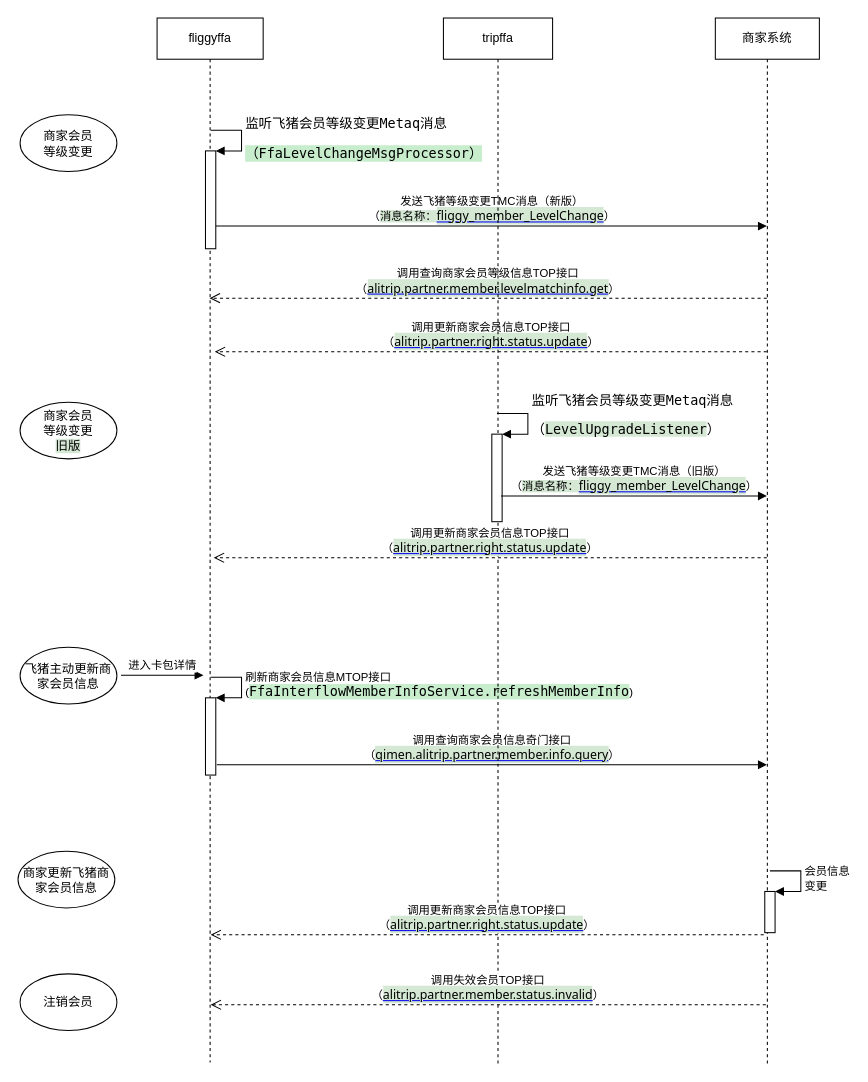
Earlier version of the draw.io diagram page "商家会员信息变更流程" (4 of 7) of 会员接口时序.drawio (renqiuming/drawio). Source tidied: cells renumbered, new cells numbered last; positions are measured from the earlier drawing's top-left corner, leaving out a move shared by most shapes. Both pictures are drawn from the tidied source at 103%, with x=0, y=0 at pixel (18, 18).
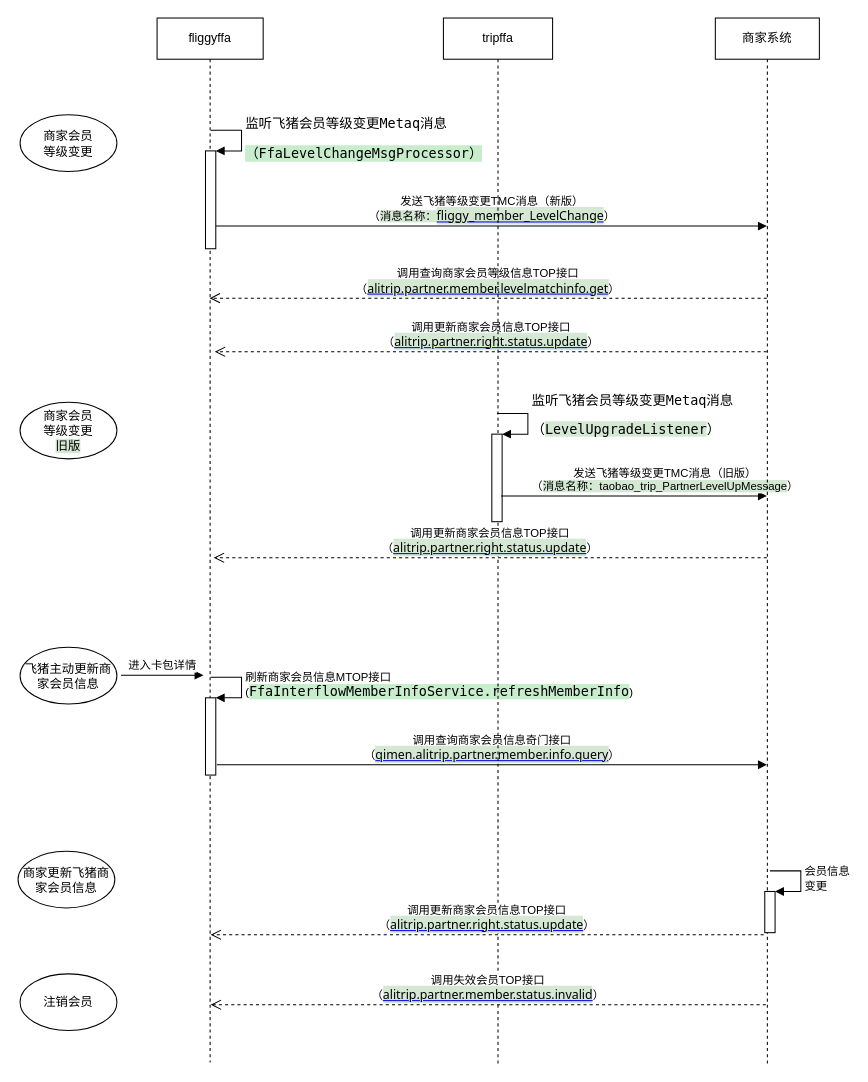
Above is the later version.

Unchanged cells that the change refers to:
```xml
<mxCell id="11" value="tripffa" style="shape=umlLifeline;perimeter=lifelinePerimeter;whiteSpace=wrap;html=1;" parent="1" vertex="1">
  <mxGeometry x="413" width="106" height="1015" as="geometry" />
</mxCell>
<mxCell id="15" value="商家系统" style="shape=umlLifeline;perimeter=lifelinePerimeter;whiteSpace=wrap;html=1;outlineConnect=0;" parent="1" vertex="1">
  <mxGeometry x="677" width="101" height="1015" as="geometry" />
</mxCell>
```

What changed in the source:
```diff
@@
-    <mxCell id="14" value="发送飞猪等级变更TMC消息（旧版）&lt;br&gt;（&lt;span style=&quot;background-color: rgb(213 , 232 , 212)&quot;&gt;消息名称：&lt;/span&gt;&lt;a href=&quot;http://api.alibaba-inc.com/api/msg/preview?apiId=2534&amp;amp;lmkey=msgMenu-msgList&quot; target=&quot;_blank&quot; class=&quot;ng-binding&quot; style=&quot;font-size: 12px ; font-family: &amp;#34;tahoma&amp;#34; , &amp;#34;microsoft yahei&amp;#34; , &amp;#34;simsun&amp;#34; , sans-serif ; text-align: left ; background-color: rgb(213 , 232 , 212)&quot;&gt;&lt;font color=&quot;#000000&quot;&gt;fliggy_member_LevelChange&lt;/font&gt;&lt;/a&gt;）" style="html=1;verticalAlign=bottom;endArrow=block;" parent="11" edge="1" target="15">
-      <mxGeometry relative="1" as="geometry">
+    <mxCell id="14" value="发送飞猪等级变更TMC消息（旧版）&lt;br&gt;（&lt;span style=&quot;background-color: rgb(213 , 232 , 212)&quot;&gt;消息名称：taobao_trip_PartnerLevelUpMessage&lt;/span&gt;）" style="html=1;verticalAlign=bottom;endArrow=block;" parent="11" edge="1" target="15">
+      <mxGeometry x="0.23" relative="1" as="geometry">
         <mxPoint x="56" y="464" as="sourcePoint" />
       </mxGeometry>
     </mxCell>
```
